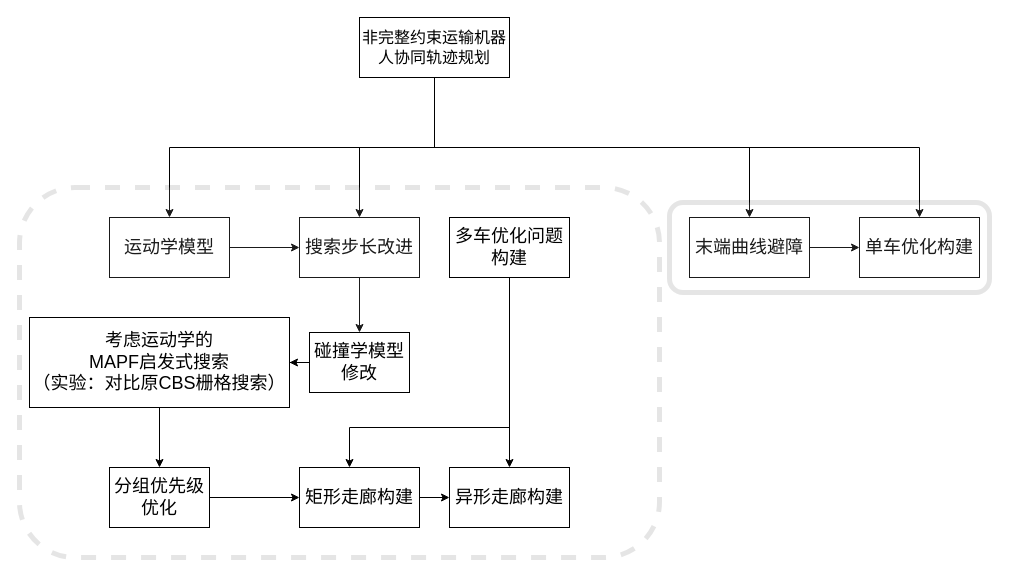
This is 未命名绘图.drawio from JonHarold/-_myFirstRepository, a draw.io file, before an edit. Source tidied: cells renumbered, new cells numbered last; positions are measured from the earlier drawing's top-left corner, leaving out a move shared by most shapes. Both pictures are drawn from the tidied source at 100%, with x=0, y=0 at pixel (19, 17).
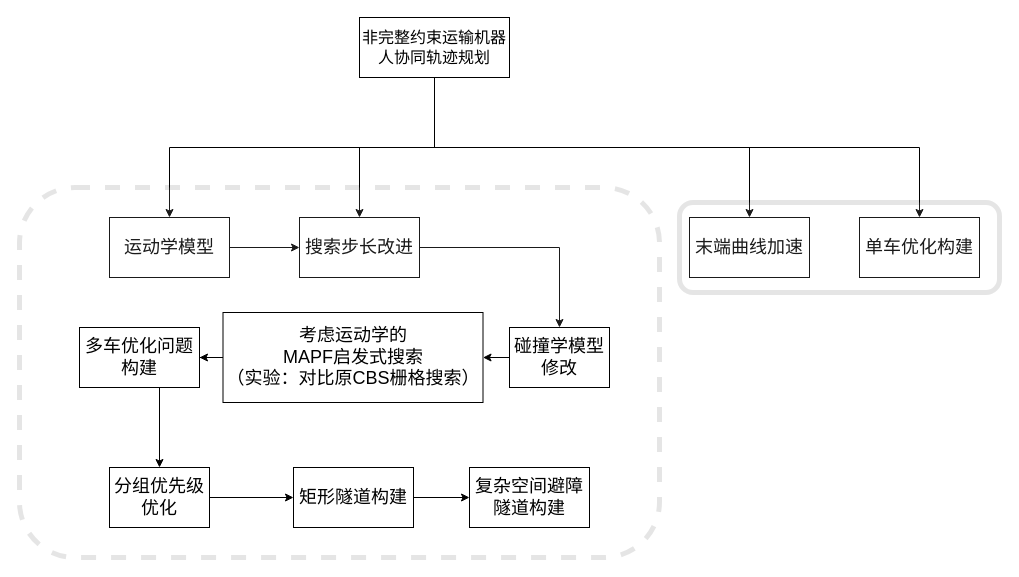
After the change.

Commit message:
更新未命名绘图.drawio

Unchanged cells that the change refers to:
```xml
<mxCell id="6" value="&lt;font style=&quot;font-size: 18px;&quot;&gt;单车优化构建&lt;/font&gt;" style="rounded=0;whiteSpace=wrap;html=1;" parent="1" vertex="1">
  <mxGeometry x="840" y="200" width="120" height="60" as="geometry" />
</mxCell>
```

Diff of the diagram source:
```diff
@@
-    <mxCell id="7" style="edgeStyle=orthogonalEdgeStyle;rounded=0;jettySize=auto;html=1;entryX=0;entryY=0.5;entryDx=0;entryDy=0;fontSize=16;" parent="1" edge="1" source="8" target="6">
-      <mxGeometry relative="1" as="geometry" />
-    </mxCell>
-    <mxCell id="8" value="&lt;font style=&quot;font-size: 18px;&quot;&gt;末端曲线避障&lt;/font&gt;" style="rounded=0;whiteSpace=wrap;html=1;" parent="1" vertex="1">
+    <mxCell id="8" value="&lt;font style=&quot;font-size: 18px;&quot;&gt;末端曲线加速&lt;/font&gt;" style="rounded=0;whiteSpace=wrap;html=1;" parent="1" vertex="1">
       <mxGeometry x="670" y="200" width="120" height="60" as="geometry" />
     </mxCell>
@@
+    <mxCell id="29" style="edgeStyle=orthogonalEdgeStyle;rounded=0;jettySize=auto;html=1;" parent="1" edge="1" source="16" target="22">
+      <mxGeometry relative="1" as="geometry" />
+    </mxCell>
     <mxCell id="16" value="&lt;font style=&quot;font-size: 18px;&quot;&gt;考虑运动学的&lt;br&gt;MAPF启发式搜索&lt;br&gt;（实验：对比原CBS栅格搜索）&lt;/font&gt;" style="rounded=0;whiteSpace=wrap;html=1;strokeWidth=1;gradientColor=none;" parent="1" vertex="1">
-      <mxGeometry x="10" y="300" width="260" height="90" as="geometry" />
+      <mxGeometry x="203.5" y="295" width="260" height="90" as="geometry" />
     </mxCell>
@@
     <mxCell id="18" value="&lt;font style=&quot;font-size: 18px;&quot;&gt;碰撞学模型修改&lt;/font&gt;" style="rounded=0;whiteSpace=wrap;html=1;strokeWidth=1;gradientColor=none;" parent="1" vertex="1">
-      <mxGeometry x="290" y="315" width="100" height="60" as="geometry" />
+      <mxGeometry x="490" y="310" width="100" height="60" as="geometry" />
     </mxCell>
@@
-    <mxCell id="20" style="edgeStyle=orthogonalEdgeStyle;rounded=0;jettySize=auto;html=1;fontSize=18;" parent="1" edge="1" source="22" target="27">
-      <mxGeometry relative="1" as="geometry" />
-    </mxCell>
-    <mxCell id="21" style="edgeStyle=orthogonalEdgeStyle;rounded=0;jettySize=auto;html=1;fontSize=18;exitX=0.5;exitY=1;exitDx=0;exitDy=0;" parent="1" edge="1" source="22" target="26">
-      <mxGeometry relative="1" as="geometry">
-        <Array as="points">
-          <mxPoint x="490" y="410" />
-          <mxPoint x="330" y="410" />
-        </Array>
-      </mxGeometry>
-    </mxCell>
     <mxCell id="22" value="多车优化问题构建" style="rounded=0;whiteSpace=wrap;html=1;strokeWidth=1;fontSize=18;gradientColor=none;" parent="1" vertex="1">
-      <mxGeometry x="430" y="200" width="120" height="60" as="geometry" />
+      <mxGeometry x="60" y="310" width="120" height="60" as="geometry" />
     </mxCell>
@@
-    <mxCell id="26" value="矩形走廊构建" style="rounded=0;whiteSpace=wrap;html=1;strokeWidth=1;fontSize=18;gradientColor=none;" parent="1" vertex="1">
-      <mxGeometry x="280" y="450" width="120" height="60" as="geometry" />
+    <mxCell id="26" value="矩形隧道构建" style="rounded=0;whiteSpace=wrap;html=1;strokeWidth=1;fontSize=18;gradientColor=none;" parent="1" vertex="1">
+      <mxGeometry x="274" y="450" width="120" height="60" as="geometry" />
     </mxCell>
-    <mxCell id="27" value="异形走廊构建" style="rounded=0;whiteSpace=wrap;html=1;strokeWidth=1;fontSize=18;gradientColor=none;" parent="1" vertex="1">
-      <mxGeometry x="430" y="450" width="120" height="60" as="geometry" />
+    <mxCell id="27" value="复杂空间避障隧道构建" style="rounded=0;whiteSpace=wrap;html=1;strokeWidth=1;fontSize=18;gradientColor=none;" parent="1" vertex="1">
+      <mxGeometry x="450" y="450" width="120" height="60" as="geometry" />
     </mxCell>
     <mxCell id="28" style="rounded=1;whiteSpace=wrap;html=1;strokeWidth=5;fontSize=16;gradientColor=none;textOpacity=10;labelBackgroundColor=none;opacity=10;" parent="1" vertex="1">
-      <mxGeometry x="650" y="185" width="320" height="90" as="geometry" />
+      <mxGeometry x="660" y="185" width="320" height="90" as="geometry" />
     </mxCell>
```
